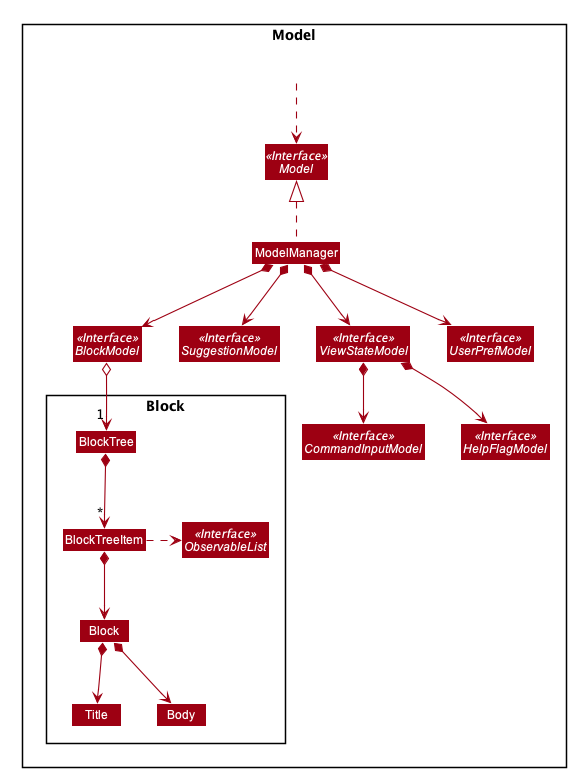
This is docs/images/ModelClassDiagram.png from nus-cs2103-AY1920S2/addressbook-level3, a PlantUML export, as it was before one commit. The source it was exported from:
```plantuml
@startuml








skinparam BackgroundColor #FFFFFFF

skinparam Shadowing false

skinparam Class {
    FontColor #FFFFFF
    BorderThickness 1
    BorderColor #FFFFFF
    StereotypeFontColor #FFFFFF
    FontName Arial
}

skinparam Actor {
    BorderColor #000000
    Color #000000
    FontName Arial
}

skinparam Sequence {
    MessageAlign center
    BoxFontSize 15
    BoxPadding 0
    BoxFontColor #FFFFFF
    FontName Arial
}

skinparam Participant {
    FontColor #FFFFFFF
    Padding 20
}

skinparam MinClassWidth 50
skinparam ParticipantPadding 10
skinparam Shadowing false
skinparam DefaultTextAlignment center
skinparam packageStyle Rectangle

hide footbox
hide members
hide circle
skinparam arrowThickness 1.1
skinparam arrowColor #9D0012
skinparam classBackgroundColor #9D0012

Package Model <<Rectangle>>{
Interface Model <<Interface>>
Interface BlockModel <<Interface>>
Interface SuggestionModel <<Interface>>
Interface ViewStateModel <<Interface>>
Interface UserPrefModel <<Interface>>
Interface CommandInputModel <<Interface>>
Interface HelpFlagModel <<Interface>>
Class ModelManager

Package Block {
Interface ObservableList <<Interface>>
Class BlockTree
Class BlockTreeItem
Class Block
Class Title
Class Body
}

Class HiddenOutside #FFFFFF
HiddenOutside ..> Model

ModelManager .up.|> Model

ModelManager *-down-> BlockModel
ModelManager *-down-> SuggestionModel
ModelManager *-down-> ViewStateModel
ModelManager *-down-> UserPrefModel
ViewStateModel *-down-> CommandInputModel
ViewStateModel *-down-> HelpFlagModel

BlockModel o-down-> "1" BlockTree

BlockTree *--> "*" BlockTreeItem
BlockTreeItem *--> Block
BlockTreeItem .right.> ObservableList
Block *-->  Title
Block *-->  Body

@enduml
```
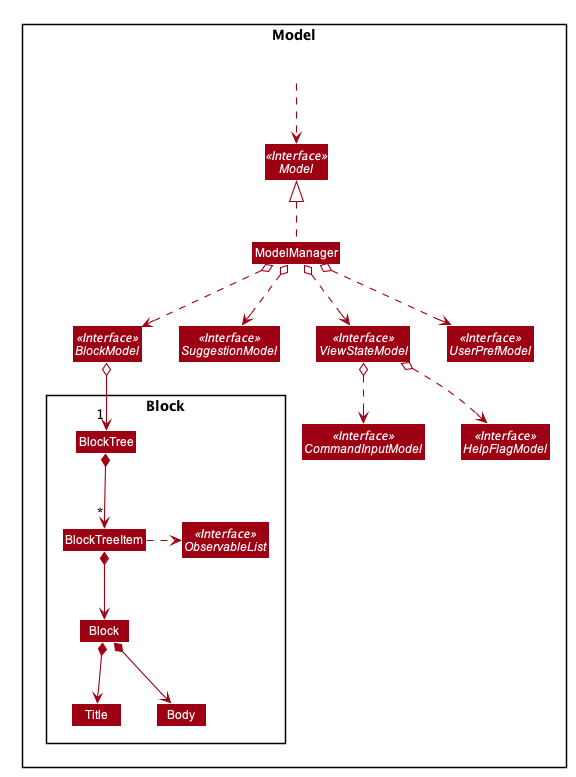
The same diagram one commit later.

Diff of the diagram source:
```diff
@@ -75,12 +75,12 @@
 
 ModelManager .up.|> Model
 
-ModelManager *-down-> BlockModel
-ModelManager *-down-> SuggestionModel
-ModelManager *-down-> ViewStateModel
-ModelManager *-down-> UserPrefModel
-ViewStateModel *-down-> CommandInputModel
-ViewStateModel *-down-> HelpFlagModel
+ModelManager o.down.> BlockModel
+ModelManager o.down.> SuggestionModel
+ModelManager o.down.> ViewStateModel
+ModelManager o.down.> UserPrefModel
+ViewStateModel o.down.> CommandInputModel
+ViewStateModel o.down.> HelpFlagModel
 
 BlockModel o-down-> "1" BlockTree
 
```
